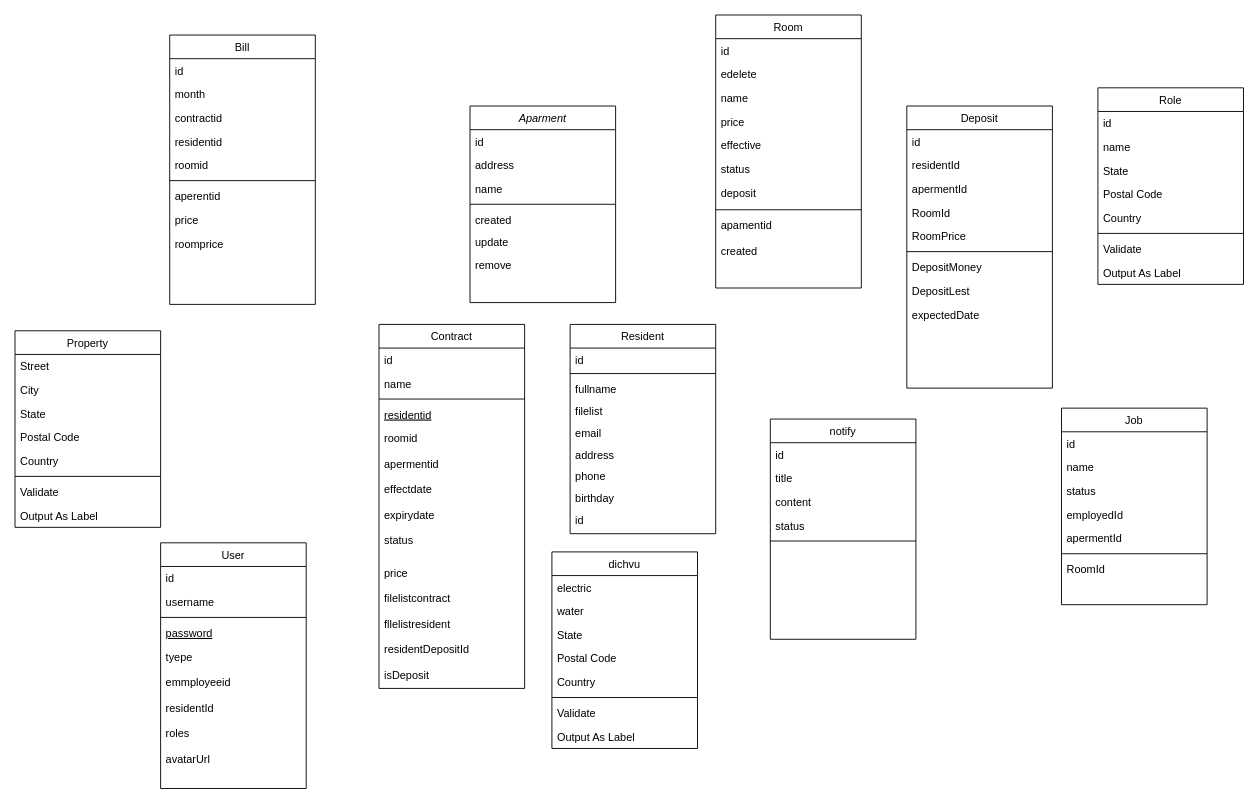
This is Biểu đồ không có tiêu đề.drawio from QuocHung0902/QLPT, a draw.io file, before an edit. Source tidied: cells renumbered, new cells numbered last; positions are measured from the earlier drawing's top-left corner, leaving out a move shared by most shapes. Both pictures are drawn from the tidied source at 91%, with x=0, y=0 at pixel (15, 15).
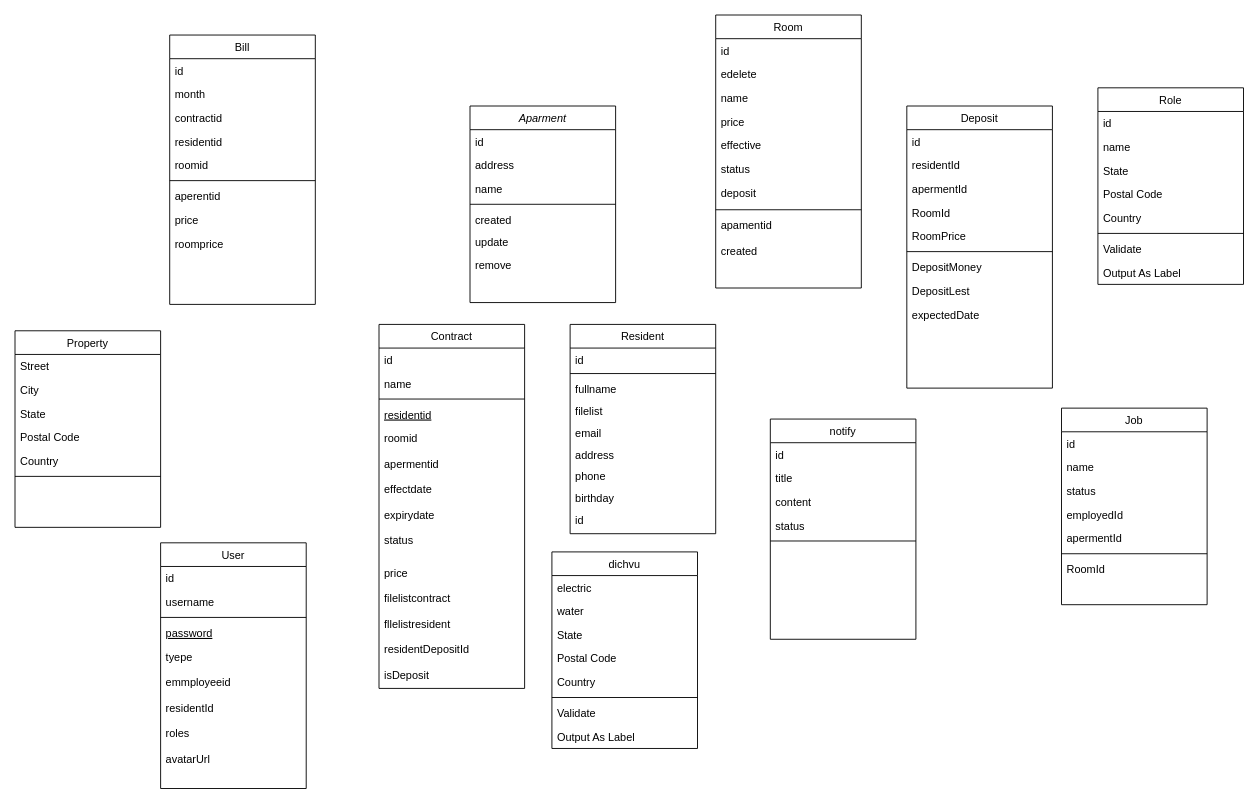
Above is the later version.

Unchanged cells that the change refers to:
```xml
<mxCell id="98" value="Property" style="swimlane;fontStyle=0;align=center;verticalAlign=top;horizontal=1;startSize=26;rounded=0;shadow=0;strokeWidth=1;" parent="1" vertex="1">
  <mxGeometry y="347" width="160" height="216" as="geometry" />
</mxCell>
```

What changed in the source:
```diff
@@
-    <mxCell id="105" value="Validate" style="text;align=left;verticalAlign=top;spacingLeft=4;spacingRight=4;overflow=hidden;" parent="98" vertex="1">
-      <mxGeometry y="164" width="160" height="26" as="geometry" />
-    </mxCell>
-    <mxCell id="106" value="Output As Label" style="text;align=left;verticalAlign=top;spacingLeft=4;spacingRight=4;overflow=hidden;" parent="98" vertex="1">
-      <mxGeometry y="190" width="160" height="26" as="geometry" />
-    </mxCell>
```
